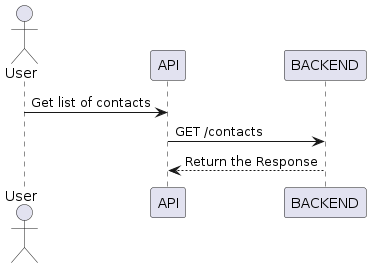
Above: umls/api_flow.png in rabbitix/phonebook (PlantUML), before the change.
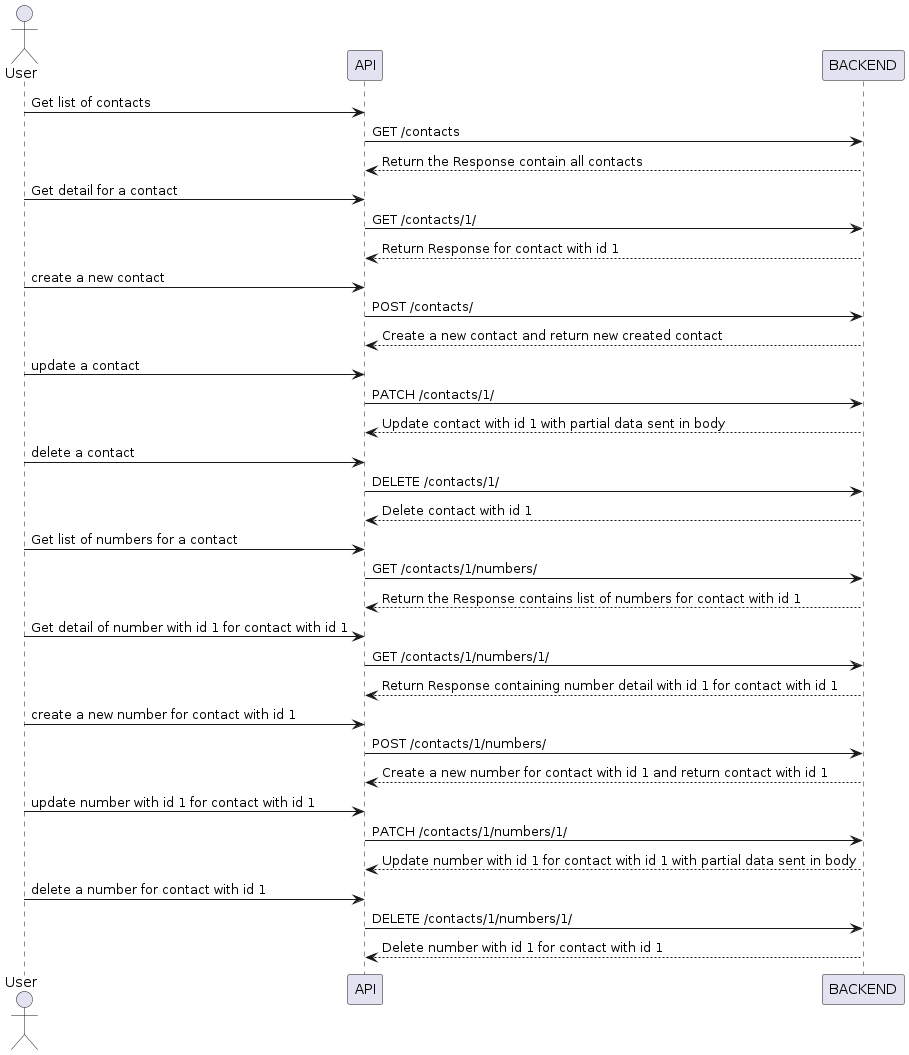
The same diagram one commit later.

Commit message:
update api flow umls. adding all api endpoints.

Diff of the diagram source:
```diff
@@ -2,7 +2,47 @@
 actor User
 
 User -> API:Get list of contacts
-API ->BACKEND:GET /contacts
-BACKEND-->API:Return the Response
+API -> BACKEND:GET /contacts
+BACKEND --> API:Return the Response contain all contacts
+
+User -> API:Get detail for a contact
+API -> BACKEND:GET /contacts/1/
+BACKEND -->API: Return Response for contact with id 1
+
+User -> API: create a new contact
+API -> BACKEND: POST /contacts/
+BACKEND --> API: Create a new contact and return new created contact
+
+User -> API: update a contact
+API -> BACKEND: PATCH /contacts/1/
+BACKEND --> API: Update contact with id 1 with partial data sent in body
+
+User -> API: delete a contact
+API -> BACKEND: DELETE /contacts/1/
+BACKEND --> API: Delete contact with id 1
+
+
+
+
+User -> API:Get list of numbers for a contact
+API -> BACKEND:GET /contacts/1/numbers/
+BACKEND --> API:Return the Response contains list of numbers for contact with id 1
+
+User -> API:Get detail of number with id 1 for contact with id 1
+API -> BACKEND:GET /contacts/1/numbers/1/
+BACKEND --> API: Return Response containing number detail with id 1 for contact with id 1
+
+User -> API: create a new number for contact with id 1
+API -> BACKEND: POST /contacts/1/numbers/
+BACKEND --> API: Create a new number for contact with id 1 and return contact with id 1
+
+User -> API: update number with id 1 for contact with id 1
+API -> BACKEND: PATCH /contacts/1/numbers/1/
+BACKEND --> API: Update number with id 1 for contact with id 1 with partial data sent in body
+
+User -> API: delete a number for contact with id 1
+API -> BACKEND: DELETE /contacts/1/numbers/1/
+BACKEND --> API: Delete number with id 1 for contact with id 1
+
 
 @enduml
```
